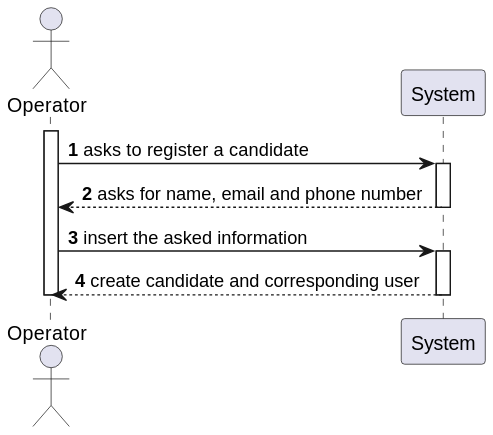
Earlier version of the PlantUML export docs/sb_us_2000a/US2000a_SSD/ssd-us-2000a.svg (rita-barbosa/LAPR4-2324). The source it was exported from:
```plantuml
@startuml
autonumber

actor "Operator" as USER
participant "System" as SYS

activate USER

USER -> SYS : asks to register a candidate
activate SYS
SYS --> USER : asks for name, email and phone number
deactivate SYS

USER -> SYS : insert the asked information
activate SYS
SYS --> USER : create candidate and corresponding user
deactivate SYS

deactivate USER
@enduml
```
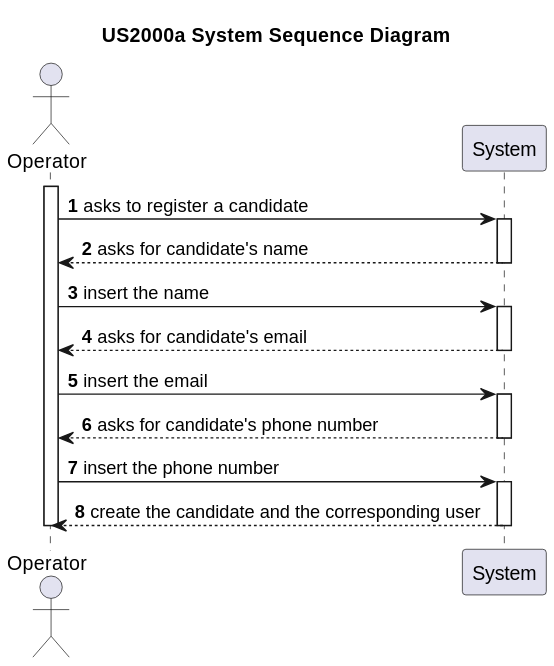
Later version of the same file.

The edit, as a diff of the source:
```diff
@@ -1,5 +1,6 @@
 @startuml
 autonumber
+title US2000a System Sequence Diagram
 
 actor "Operator" as USER
 participant "System" as SYS
@@ -7,13 +8,23 @@
 activate USER
 
 USER -> SYS : asks to register a candidate
+
 activate SYS
-SYS --> USER : asks for name, email and phone number
+SYS --> USER : asks for candidate's name
 deactivate SYS
+USER -> SYS : insert the name
 
-USER -> SYS : insert the asked information
 activate SYS
-SYS --> USER : create candidate and corresponding user
+SYS --> USER : asks for candidate's email
+deactivate SYS
+USER -> SYS : insert the email
+activate SYS
+
+SYS --> USER : asks for candidate's phone number
+deactivate SYS
+USER -> SYS : insert the phone number
+activate SYS
+SYS --> USER : create the candidate and the corresponding user
 deactivate SYS
 
 deactivate USER
```
